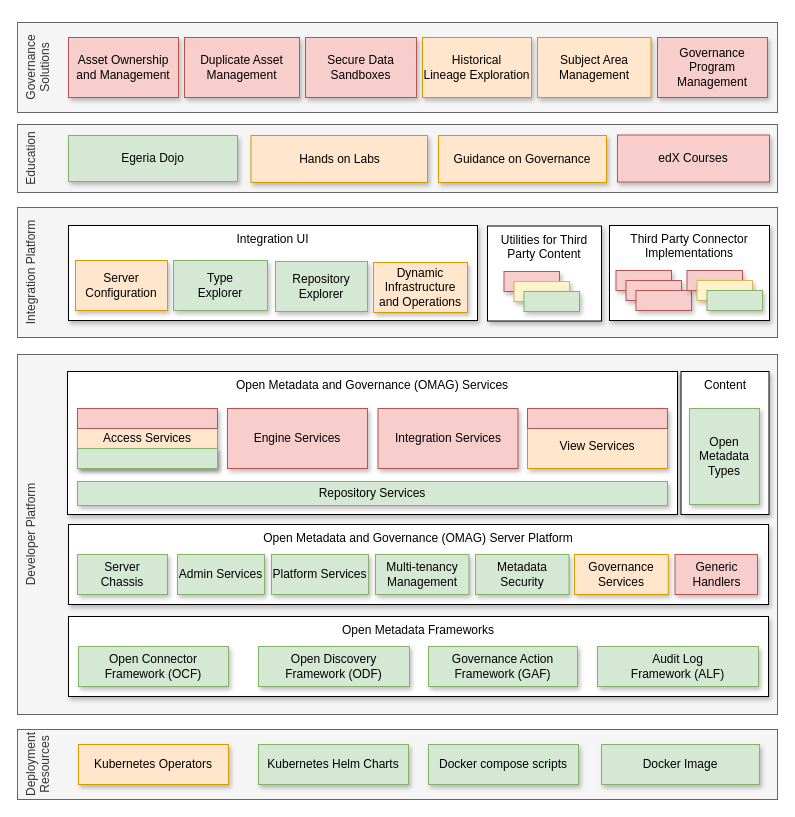
Before: page "release-2.2" (16 of 20) of open-metadata-publication/website/roadmap/egeria-status.drawio in odpi/egeria, a draw.io diagram. Source tidied: cells renumbered, new cells numbered last; positions are measured from the earlier drawing's top-left corner, leaving out a move shared by most shapes. Both pictures are drawn from the tidied source at 100%, with x=0, y=0 at pixel (17, 22).
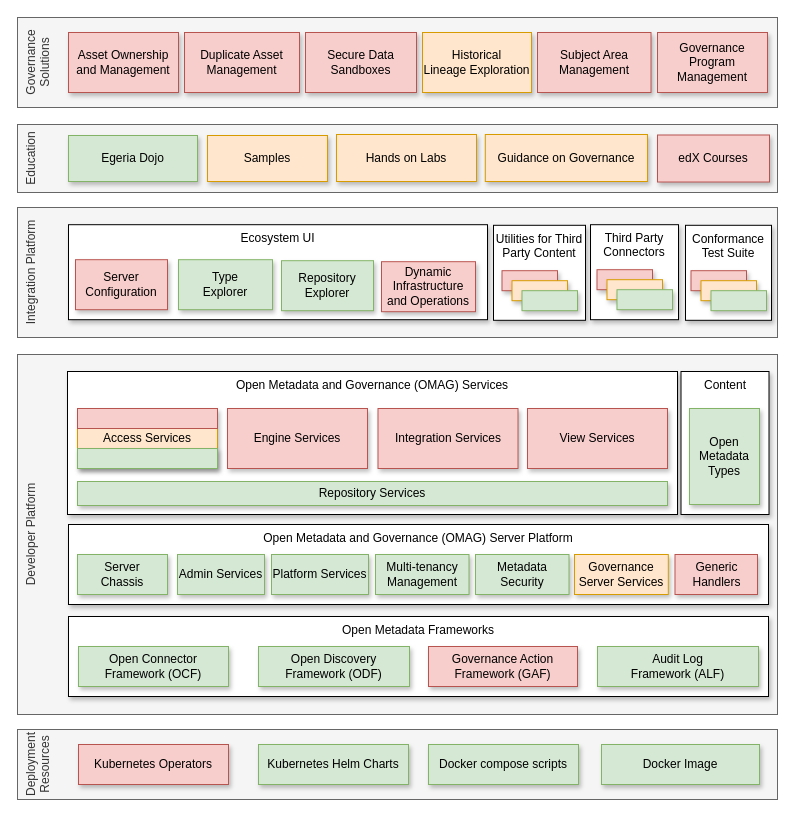
The same page after the edit.

Change to the diagram source:
```diff
@@
-    <mxCell id="8" value="Governance Action Framework (GAF)" style="rounded=0;whiteSpace=wrap;html=1;align=center;shadow=1;fillColor=#d5e8d4;strokeColor=#82b366;" parent="1" vertex="1">
+    <mxCell id="8" value="Governance Action Framework (GAF)" style="rounded=0;whiteSpace=wrap;html=1;align=center;shadow=1;fillColor=#f8cecc;strokeColor=#b85450;" parent="1" vertex="1">
       <mxGeometry x="411" y="624" width="149" height="40" as="geometry" />
     </mxCell>
@@
     <mxCell id="16" value="Hands on Labs" style="rounded=0;whiteSpace=wrap;html=1;align=center;flipH=0;shadow=1;fillColor=#ffe6cc;strokeColor=#d79b00;" parent="1" vertex="1">
-      <mxGeometry x="233.5" y="113" width="176.5" height="47" as="geometry" />
+      <mxGeometry x="319" y="112" width="140" height="47" as="geometry" />
     </mxCell>
     <mxCell id="17" value="Egeria Dojo" style="rounded=0;whiteSpace=wrap;html=1;align=center;flipH=0;shadow=1;fillColor=#d5e8d4;strokeColor=#82b366;" parent="1" vertex="1">
-      <mxGeometry x="51" y="113" width="169" height="46" as="geometry" />
+      <mxGeometry x="51" y="113" width="129" height="46" as="geometry" />
     </mxCell>
@@
     <mxCell id="19" value="Guidance on Governance" style="rounded=0;whiteSpace=wrap;html=1;align=center;flipH=0;shadow=1;fillColor=#ffe6cc;strokeColor=#d79b00;" parent="1" vertex="1">
-      <mxGeometry x="421" y="113" width="168" height="47" as="geometry" />
+      <mxGeometry x="467.8" y="112" width="162.2" height="47" as="geometry" />
     </mxCell>
@@
-    <mxCell id="24" value="Integration UI" style="rounded=0;whiteSpace=wrap;html=1;align=center;verticalAlign=top;shadow=1;" parent="1" vertex="1">
-      <mxGeometry x="51" y="203" width="409" height="95" as="geometry" />
-    </mxCell>
-    <mxCell id="25" value="Third Party Connector&lt;br&gt;Implementations" style="rounded=0;whiteSpace=wrap;html=1;align=center;verticalAlign=top;shadow=1;" parent="1" vertex="1">
-      <mxGeometry x="592" y="203" width="160" height="95" as="geometry" />
-    </mxCell>
-    <mxCell id="26" value="Repository&lt;br&gt;Explorer" style="rounded=0;whiteSpace=wrap;html=1;align=center;fillColor=#d5e8d4;strokeColor=#82b366;shadow=1;" parent="1" vertex="1">
-      <mxGeometry x="258" y="239" width="92" height="50" as="geometry" />
-    </mxCell>
-    <mxCell id="27" value="Type&lt;br&gt;Explorer" style="rounded=0;whiteSpace=wrap;html=1;align=center;fillColor=#d5e8d4;strokeColor=#82b366;shadow=1;" parent="1" vertex="1">
-      <mxGeometry x="156" y="238" width="94" height="50" as="geometry" />
-    </mxCell>
-    <mxCell id="28" value="Dynamic&lt;br&gt;Infrastructure and Operations" style="rounded=0;whiteSpace=wrap;html=1;align=center;fillColor=#ffe6cc;strokeColor=#d79b00;shadow=1;" parent="1" vertex="1">
-      <mxGeometry x="356" y="240" width="94" height="50" as="geometry" />
-    </mxCell>
-    <mxCell id="29" style="rounded=0;whiteSpace=wrap;html=1;align=center;fillColor=#f8cecc;strokeColor=#b85450;shadow=1;" parent="1" vertex="1">
-      <mxGeometry x="598.5" y="248" width="55.5" height="20" as="geometry" />
-    </mxCell>
-    <mxCell id="30" style="rounded=0;whiteSpace=wrap;html=1;align=center;fillColor=#f8cecc;strokeColor=#b85450;shadow=1;" parent="1" vertex="1">
-      <mxGeometry x="608.5" y="258" width="55.5" height="20" as="geometry" />
-    </mxCell>
-    <mxCell id="31" style="rounded=0;whiteSpace=wrap;html=1;align=center;fillColor=#f8cecc;strokeColor=#b85450;shadow=1;" parent="1" vertex="1">
-      <mxGeometry x="618.5" y="268" width="55.5" height="20" as="geometry" />
-    </mxCell>
-    <mxCell id="32" style="rounded=0;whiteSpace=wrap;html=1;align=center;fillColor=#f8cecc;strokeColor=#b85450;shadow=1;" parent="1" vertex="1">
-      <mxGeometry x="669.5" y="248" width="55.5" height="20" as="geometry" />
-    </mxCell>
-    <mxCell id="33" style="rounded=0;whiteSpace=wrap;html=1;align=center;fillColor=#fff2cc;strokeColor=#d6b656;shadow=1;" parent="1" vertex="1">
-      <mxGeometry x="679.5" y="258" width="55.5" height="20" as="geometry" />
-    </mxCell>
-    <mxCell id="34" style="rounded=0;whiteSpace=wrap;html=1;align=center;fillColor=#d5e8d4;strokeColor=#82b366;shadow=1;" parent="1" vertex="1">
-      <mxGeometry x="689.5" y="268" width="55.5" height="20" as="geometry" />
-    </mxCell>
-    <mxCell id="35" value="Server&lt;br&gt;Configuration" style="rounded=0;whiteSpace=wrap;html=1;align=center;fillColor=#ffe6cc;strokeColor=#d79b00;shadow=1;" parent="1" vertex="1">
-      <mxGeometry x="58" y="238" width="92" height="50" as="geometry" />
-    </mxCell>
-    <mxCell id="36" value="Utilities for Third Party Content" style="rounded=0;whiteSpace=wrap;html=1;align=center;verticalAlign=top;shadow=1;" parent="1" vertex="1">
-      <mxGeometry x="470" y="203.5" width="114" height="95" as="geometry" />
-    </mxCell>
-    <mxCell id="37" style="rounded=0;whiteSpace=wrap;html=1;align=center;fillColor=#f8cecc;strokeColor=#b85450;shadow=1;" parent="1" vertex="1">
-      <mxGeometry x="486.5" y="249" width="55.5" height="20" as="geometry" />
-    </mxCell>
-    <mxCell id="38" style="rounded=0;whiteSpace=wrap;html=1;align=center;fillColor=#fff2cc;strokeColor=#d6b656;shadow=1;" parent="1" vertex="1">
-      <mxGeometry x="496.5" y="259" width="55.5" height="20" as="geometry" />
-    </mxCell>
-    <mxCell id="39" style="rounded=0;whiteSpace=wrap;html=1;align=center;fillColor=#d5e8d4;strokeColor=#82b366;shadow=1;" parent="1" vertex="1">
-      <mxGeometry x="506.5" y="269" width="55.5" height="20" as="geometry" />
-    </mxCell>
@@
-    <mxCell id="42" style="rounded=0;whiteSpace=wrap;html=1;align=center;shadow=1;fillColor=#d5e8d4;strokeColor=#82b366;" parent="1" vertex="1">
-      <mxGeometry x="60" y="426" width="140" height="20" as="geometry" />
-    </mxCell>
-    <mxCell id="43" style="rounded=0;whiteSpace=wrap;html=1;align=center;shadow=0;fillColor=#f8cecc;strokeColor=#b85450;" parent="1" vertex="1">
-      <mxGeometry x="60" y="386" width="140" height="20" as="geometry" />
-    </mxCell>
+    <mxCell id="62" style="rounded=0;whiteSpace=wrap;html=1;align=center;shadow=0;fillColor=#f8cecc;strokeColor=#b85450;" parent="1" vertex="1">
+      <mxGeometry x="60" y="386" width="140" height="20" as="geometry" />
+    </mxCell>
@@
-    <mxCell id="45" value="&lt;br&gt;View Services" style="rounded=0;whiteSpace=wrap;html=1;align=center;flipH=0;flipV=1;shadow=1;fillColor=#ffe6cc;strokeColor=#d79b00;" parent="1" vertex="1">
+    <mxCell id="45" value="View Services" style="rounded=0;whiteSpace=wrap;html=1;align=center;flipH=0;flipV=1;shadow=1;fillColor=#f8cecc;strokeColor=#b85450;" parent="1" vertex="1">
       <mxGeometry x="510" y="386" width="140" height="60" as="geometry" />
     </mxCell>
-    <mxCell id="46" style="rounded=0;whiteSpace=wrap;html=1;align=center;shadow=0;fillColor=#f8cecc;strokeColor=#b85450;" parent="1" vertex="1">
-      <mxGeometry x="510" y="386" width="140" height="20" as="geometry" />
-    </mxCell>
@@
-    <mxCell id="48" value="Kubernetes Operators" style="rounded=0;whiteSpace=wrap;html=1;align=center;shadow=1;fillColor=#ffe6cc;strokeColor=#d79b00;" parent="1" vertex="1">
+    <mxCell id="48" value="Kubernetes Operators" style="rounded=0;whiteSpace=wrap;html=1;align=center;shadow=1;fillColor=#f8cecc;strokeColor=#b85450;" parent="1" vertex="1">
       <mxGeometry x="61" y="722" width="150" height="40" as="geometry" />
     </mxCell>
@@
+    <mxCell id="59" value="edX Courses" style="rounded=0;whiteSpace=wrap;html=1;align=center;flipH=0;shadow=1;fillColor=#f8cecc;strokeColor=#b85450;" parent="1" vertex="1">
+      <mxGeometry x="640" y="112.5" width="112" height="47" as="geometry" />
+    </mxCell>
+    <mxCell id="63" value="Governance Server Services" style="rounded=0;whiteSpace=wrap;html=1;align=center;shadow=1;fillColor=#ffe6cc;strokeColor=#d79b00;" parent="1" vertex="1">
+      <mxGeometry x="557" y="532" width="93.8" height="40" as="geometry" />
+    </mxCell>
+    <mxCell id="61" value="Generic&lt;br&gt;Handlers" style="rounded=0;whiteSpace=wrap;html=1;align=center;shadow=1;fillColor=#f8cecc;strokeColor=#b85450;" parent="1" vertex="1">
+      <mxGeometry x="657.5" y="532" width="82.5" height="40" as="geometry" />
+    </mxCell>
+    <mxCell id="64" value="Ecosystem UI" style="rounded=0;whiteSpace=wrap;html=1;align=center;verticalAlign=top;shadow=1;" parent="1" vertex="1">
+      <mxGeometry x="51" y="202.2" width="419" height="95" as="geometry" />
+    </mxCell>
+    <mxCell id="65" value="Third Party&lt;br&gt;Connectors" style="rounded=0;whiteSpace=wrap;html=1;align=center;verticalAlign=top;shadow=1;" parent="1" vertex="1">
+      <mxGeometry x="573" y="202.2" width="88" height="95" as="geometry" />
+    </mxCell>
+    <mxCell id="26" value="Repository&lt;br&gt;Explorer" style="rounded=0;whiteSpace=wrap;html=1;align=center;fillColor=#d5e8d4;strokeColor=#82b366;shadow=1;" parent="1" vertex="1">
+      <mxGeometry x="264" y="238.2" width="92" height="50" as="geometry" />
+    </mxCell>
+    <mxCell id="27" value="Type&lt;br&gt;Explorer" style="rounded=0;whiteSpace=wrap;html=1;align=center;fillColor=#d5e8d4;strokeColor=#82b366;shadow=1;" parent="1" vertex="1">
+      <mxGeometry x="161" y="237.2" width="94" height="50" as="geometry" />
+    </mxCell>
+    <mxCell id="28" value="Dynamic&lt;br&gt;Infrastructure and Operations" style="rounded=0;whiteSpace=wrap;html=1;align=center;fillColor=#f8cecc;strokeColor=#b85450;shadow=1;" parent="1" vertex="1">
+      <mxGeometry x="364" y="239.2" width="94" height="50" as="geometry" />
+    </mxCell>
+    <mxCell id="66" style="rounded=0;whiteSpace=wrap;html=1;align=center;fillColor=#f8cecc;strokeColor=#b85450;shadow=1;" parent="1" vertex="1">
+      <mxGeometry x="579.5" y="247.2" width="55.5" height="20" as="geometry" />
+    </mxCell>
+    <mxCell id="67" style="rounded=0;whiteSpace=wrap;html=1;align=center;fillColor=#ffe6cc;strokeColor=#d79b00;shadow=1;" parent="1" vertex="1">
+      <mxGeometry x="589.5" y="257.2" width="55.5" height="20" as="geometry" />
+    </mxCell>
+    <mxCell id="68" style="rounded=0;whiteSpace=wrap;html=1;align=center;fillColor=#d5e8d4;strokeColor=#82b366;shadow=1;" parent="1" vertex="1">
+      <mxGeometry x="599.5" y="267.2" width="55.5" height="20" as="geometry" />
+    </mxCell>
+    <mxCell id="35" value="Server&lt;br&gt;Configuration" style="rounded=0;whiteSpace=wrap;html=1;align=center;fillColor=#f8cecc;strokeColor=#b85450;shadow=1;" parent="1" vertex="1">
+      <mxGeometry x="58" y="237.2" width="92" height="50" as="geometry" />
+    </mxCell>
+    <mxCell id="36" value="Utilities for Third Party Content" style="rounded=0;whiteSpace=wrap;html=1;align=center;verticalAlign=top;shadow=1;" parent="1" vertex="1">
+      <mxGeometry x="476" y="202.8" width="92" height="95" as="geometry" />
+    </mxCell>
+    <mxCell id="69" style="rounded=0;whiteSpace=wrap;html=1;align=center;fillColor=#f8cecc;strokeColor=#b85450;shadow=1;" parent="1" vertex="1">
+      <mxGeometry x="484.5" y="248.2" width="55.5" height="20" as="geometry" />
+    </mxCell>
+    <mxCell id="70" style="rounded=0;whiteSpace=wrap;html=1;align=center;fillColor=#ffe6cc;strokeColor=#d79b00;shadow=1;" parent="1" vertex="1">
+      <mxGeometry x="494.5" y="258.2" width="55.5" height="20" as="geometry" />
+    </mxCell>
+    <mxCell id="71" style="rounded=0;whiteSpace=wrap;html=1;align=center;fillColor=#d5e8d4;strokeColor=#82b366;shadow=1;" parent="1" vertex="1">
+      <mxGeometry x="504.5" y="268.2" width="55.5" height="20" as="geometry" />
+    </mxCell>
+    <mxCell id="72" value="Conformance&lt;br&gt;Test Suite" style="rounded=0;whiteSpace=wrap;html=1;align=center;verticalAlign=top;shadow=1;" parent="1" vertex="1">
+      <mxGeometry x="668" y="202.8" width="86" height="95" as="geometry" />
+    </mxCell>
+    <mxCell id="73" style="rounded=0;whiteSpace=wrap;html=1;align=center;fillColor=#f8cecc;strokeColor=#b85450;shadow=1;" parent="1" vertex="1">
+      <mxGeometry x="673.5" y="248.2" width="55.5" height="20" as="geometry" />
+    </mxCell>
+    <mxCell id="74" style="rounded=0;whiteSpace=wrap;html=1;align=center;fillColor=#ffe6cc;strokeColor=#d79b00;shadow=1;" parent="1" vertex="1">
+      <mxGeometry x="683.5" y="258.2" width="55.5" height="20" as="geometry" />
+    </mxCell>
+    <mxCell id="75" style="rounded=0;whiteSpace=wrap;html=1;align=center;fillColor=#d5e8d4;strokeColor=#82b366;shadow=1;" parent="1" vertex="1">
+      <mxGeometry x="693.5" y="268.2" width="55.5" height="20" as="geometry" />
+    </mxCell>
+    <mxCell id="76" style="rounded=0;whiteSpace=wrap;html=1;align=center;shadow=1;fillColor=#d5e8d4;strokeColor=#82b366;" parent="1" vertex="1">
+      <mxGeometry x="60" y="426" width="140" height="20" as="geometry" />
+    </mxCell>
+    <mxCell id="77" value="Samples" style="rounded=0;whiteSpace=wrap;html=1;align=center;flipH=0;shadow=1;fillColor=#ffe6cc;strokeColor=#d79b00;" parent="1" vertex="1">
+      <mxGeometry x="190" y="113" width="120" height="46" as="geometry" />
+    </mxCell>
     <mxCell id="52" value="Governance Solutions" style="rounded=0;whiteSpace=wrap;html=1;horizontal=0;verticalAlign=top;fillColor=#f5f5f5;strokeColor=#666666;fontColor=#333333;" parent="1" vertex="1">
-      <mxGeometry width="760" height="90" as="geometry" />
+      <mxGeometry y="-5" width="760" height="90" as="geometry" />
     </mxCell>
     <mxCell id="53" value="Duplicate Asset Management" style="rounded=0;whiteSpace=wrap;html=1;align=center;flipH=0;shadow=1;fillColor=#f8cecc;strokeColor=#b85450;" parent="1" vertex="1">
-      <mxGeometry x="167" y="15" width="115" height="60" as="geometry" />
+      <mxGeometry x="167" y="10" width="115" height="60" as="geometry" />
     </mxCell>
     <mxCell id="54" value="Asset Ownership and Management" style="rounded=0;whiteSpace=wrap;html=1;align=center;flipH=0;shadow=1;fillColor=#f8cecc;strokeColor=#b85450;" parent="1" vertex="1">
-      <mxGeometry x="51" y="15" width="110" height="60" as="geometry" />
+      <mxGeometry x="51" y="10" width="110" height="60" as="geometry" />
     </mxCell>
     <mxCell id="55" value="Historical&lt;br&gt;Lineage Exploration" style="rounded=0;whiteSpace=wrap;html=1;align=center;flipH=0;shadow=1;fillColor=#ffe6cc;strokeColor=#d79b00;" parent="1" vertex="1">
-      <mxGeometry x="405" y="15" width="109" height="60" as="geometry" />
+      <mxGeometry x="405" y="10" width="109" height="60" as="geometry" />
     </mxCell>
-    <mxCell id="56" value="Subject Area Management" style="rounded=0;whiteSpace=wrap;html=1;align=center;flipH=0;shadow=1;fillColor=#ffe6cc;strokeColor=#d79b00;" parent="1" vertex="1">
-      <mxGeometry x="520" y="15" width="113.5" height="60" as="geometry" />
+    <mxCell id="56" value="Subject Area Management" style="rounded=0;whiteSpace=wrap;html=1;align=center;flipH=0;shadow=1;fillColor=#f8cecc;strokeColor=#b85450;" parent="1" vertex="1">
+      <mxGeometry x="520" y="10" width="113.5" height="60" as="geometry" />
     </mxCell>
     <mxCell id="57" value="Governance Program Management" style="rounded=0;whiteSpace=wrap;html=1;align=center;flipH=0;shadow=1;fillColor=#f8cecc;strokeColor=#b85450;" parent="1" vertex="1">
-      <mxGeometry x="640" y="15" width="110" height="60" as="geometry" />
+      <mxGeometry x="640" y="10" width="110" height="60" as="geometry" />
     </mxCell>
     <mxCell id="58" value="Secure Data Sandboxes" style="rounded=0;whiteSpace=wrap;html=1;align=center;flipH=0;shadow=1;fillColor=#f8cecc;strokeColor=#b85450;" parent="1" vertex="1">
-      <mxGeometry x="288" y="15" width="111" height="60" as="geometry" />
+      <mxGeometry x="288" y="10" width="111" height="60" as="geometry" />
     </mxCell>
-    <mxCell id="59" value="edX Courses" style="rounded=0;whiteSpace=wrap;html=1;align=center;flipH=0;shadow=1;fillColor=#f8cecc;strokeColor=#b85450;" parent="1" vertex="1">
-      <mxGeometry x="600" y="112.5" width="152" height="47" as="geometry" />
-    </mxCell>
-    <mxCell id="60" value="Governance Services" style="rounded=0;whiteSpace=wrap;html=1;align=center;shadow=1;fillColor=#ffe6cc;strokeColor=#d79b00;" parent="1" vertex="1">
-      <mxGeometry x="557" y="532" width="93.8" height="40" as="geometry" />
-    </mxCell>
-    <mxCell id="61" value="Generic&lt;br&gt;Handlers" style="rounded=0;whiteSpace=wrap;html=1;align=center;shadow=1;fillColor=#f8cecc;strokeColor=#b85450;" parent="1" vertex="1">
-      <mxGeometry x="657.5" y="532" width="82.5" height="40" as="geometry" />
-    </mxCell>
```
